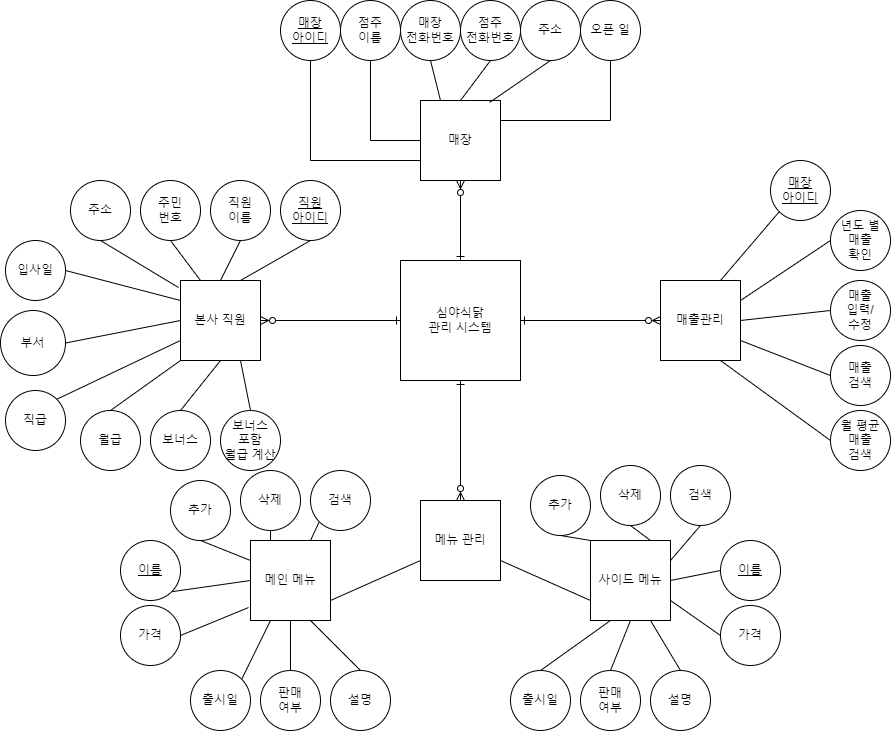
The draw.io diagram 프렌차이즈.png in jeongEY321/pranchise, before a commit. Source tidied: cells renumbered, new cells last; positions are measured from the earlier drawing's top-left corner, leaving out a move shared by most shapes.
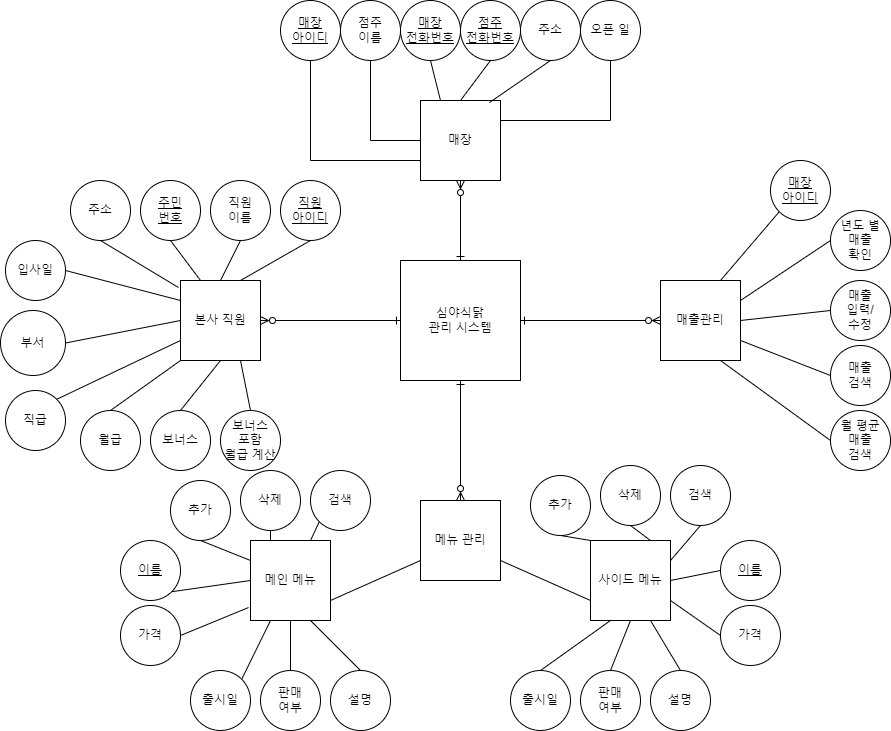
The same file after the commit.

Diff of the diagram source:
```diff
@@ -50,13 +50,13 @@
     <mxCell id="17" style="rounded=0;jettySize=auto;html=1;exitX=0.5;exitY=1;exitDx=0;exitDy=0;entryX=0.25;entryY=0;entryDx=0;entryDy=0;endArrow=none;endFill=0;" parent="1" edge="1" source="18" target="5">
       <mxGeometry relative="1" as="geometry" />
     </mxCell>
-    <mxCell id="18" value="매장&lt;br&gt;전화번호" style="ellipse;whiteSpace=wrap;html=1;" parent="1" vertex="1">
+    <mxCell id="18" value="매장&lt;br&gt;전화번호" style="ellipse;whiteSpace=wrap;html=1;fontStyle=4;" parent="1" vertex="1">
       <mxGeometry x="400" width="60" height="60" as="geometry" />
     </mxCell>
     <mxCell id="19" style="rounded=0;jettySize=auto;html=1;exitX=0.5;exitY=1;exitDx=0;exitDy=0;entryX=0.5;entryY=0;entryDx=0;entryDy=0;endArrow=none;endFill=0;" parent="1" edge="1" source="20" target="5">
       <mxGeometry relative="1" as="geometry" />
     </mxCell>
-    <mxCell id="20" value="점주&lt;br&gt;전화번호" style="ellipse;whiteSpace=wrap;html=1;" parent="1" vertex="1">
+    <mxCell id="20" value="점주&lt;br&gt;전화번호" style="ellipse;whiteSpace=wrap;html=1;fontStyle=4;" parent="1" vertex="1">
       <mxGeometry x="460" width="60" height="60" as="geometry" />
     </mxCell>
     <mxCell id="21" style="rounded=0;jettySize=auto;html=1;exitX=0.5;exitY=1;exitDx=0;exitDy=0;entryX=0.863;entryY=0.025;entryDx=0;entryDy=0;entryPerimeter=0;endArrow=none;endFill=0;" parent="1" edge="1" source="22" target="5">
@@ -116,7 +116,7 @@
     <mxCell id="39" style="rounded=0;jettySize=auto;html=1;exitX=0.5;exitY=1;exitDx=0;exitDy=0;entryX=0.25;entryY=0;entryDx=0;entryDy=0;endArrow=none;endFill=0;" parent="1" edge="1" source="40" target="3">
       <mxGeometry relative="1" as="geometry" />
     </mxCell>
-    <mxCell id="40" value="주민&lt;br&gt;번호" style="ellipse;whiteSpace=wrap;html=1;" parent="1" vertex="1">
+    <mxCell id="40" value="주민&lt;br&gt;번호" style="ellipse;whiteSpace=wrap;html=1;fontStyle=4;" parent="1" vertex="1">
       <mxGeometry x="140" y="180" width="60" height="60" as="geometry" />
     </mxCell>
     <mxCell id="41" style="rounded=0;jettySize=auto;html=1;exitX=0.5;exitY=1;exitDx=0;exitDy=0;entryX=0.5;entryY=0;entryDx=0;entryDy=0;endArrow=none;endFill=0;" parent="1" edge="1" source="42" target="3">
```
